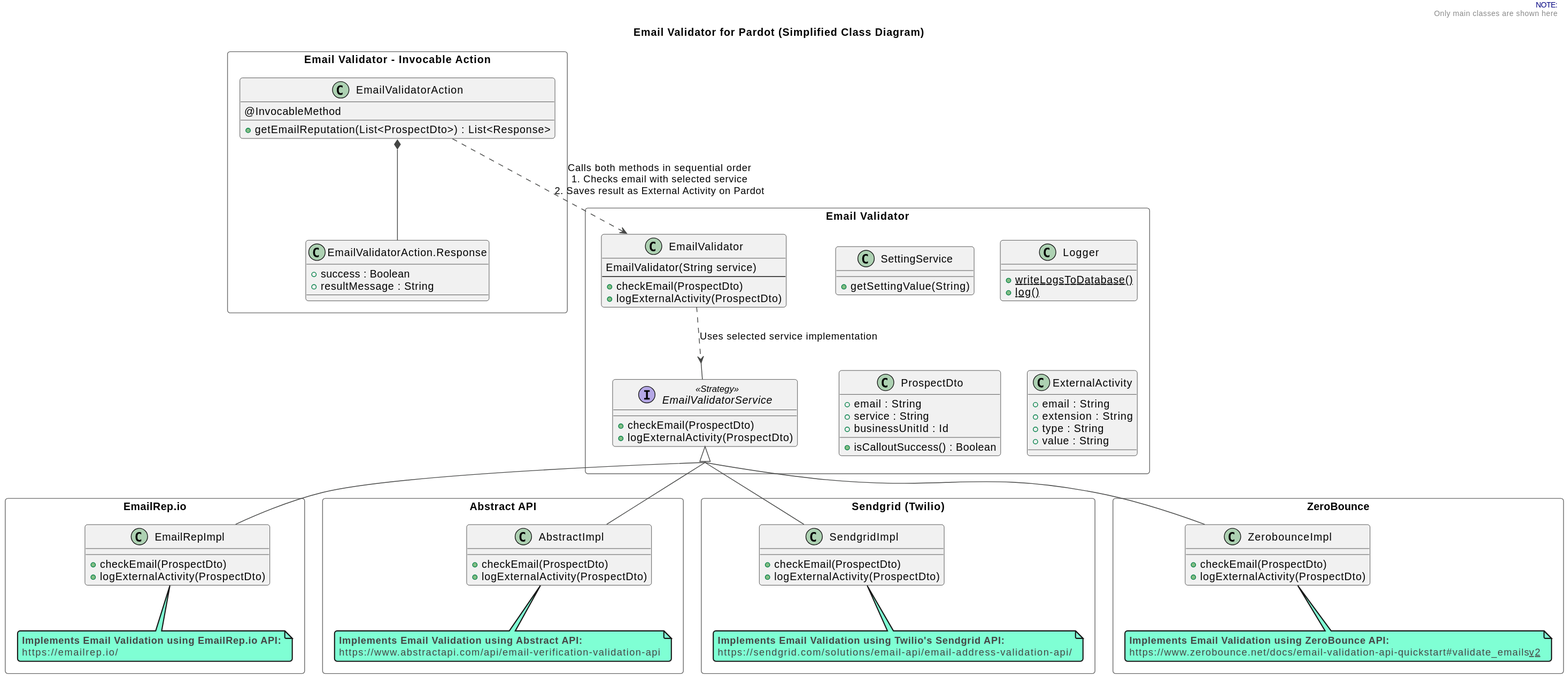
Earlier version of the PlantUML export out/plantuml/EmailValidator-ClassDiagram/EmailValidator-ClassDiagram.svg (SalesforceLabs/EmailValidator).
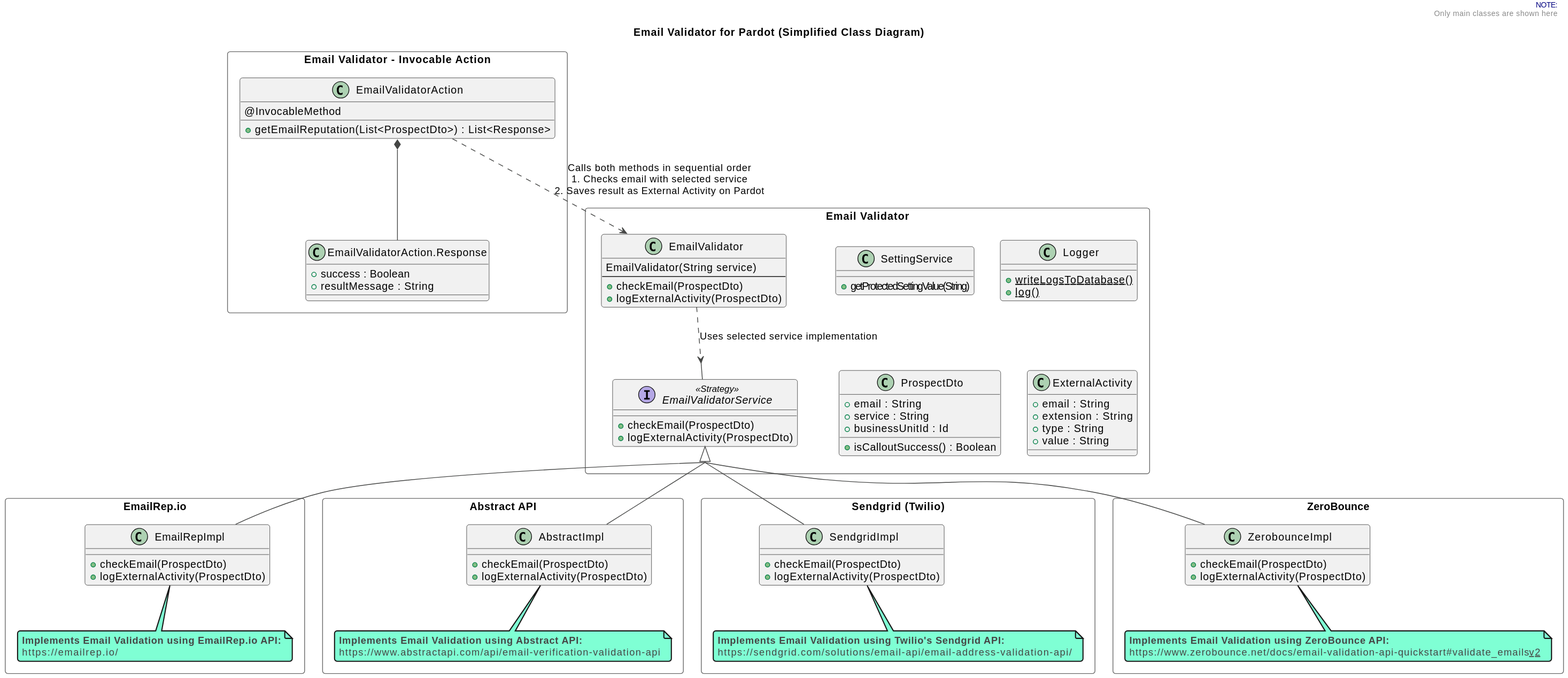
Later version of the same file.

The edit, as a diff of the source:
```diff
@@ -36,7 +36,7 @@
     }
 
     class SettingService {
-        +getSettingValue(String)
+        +getProtectedSettingValue(String)
 
 
     }
```
